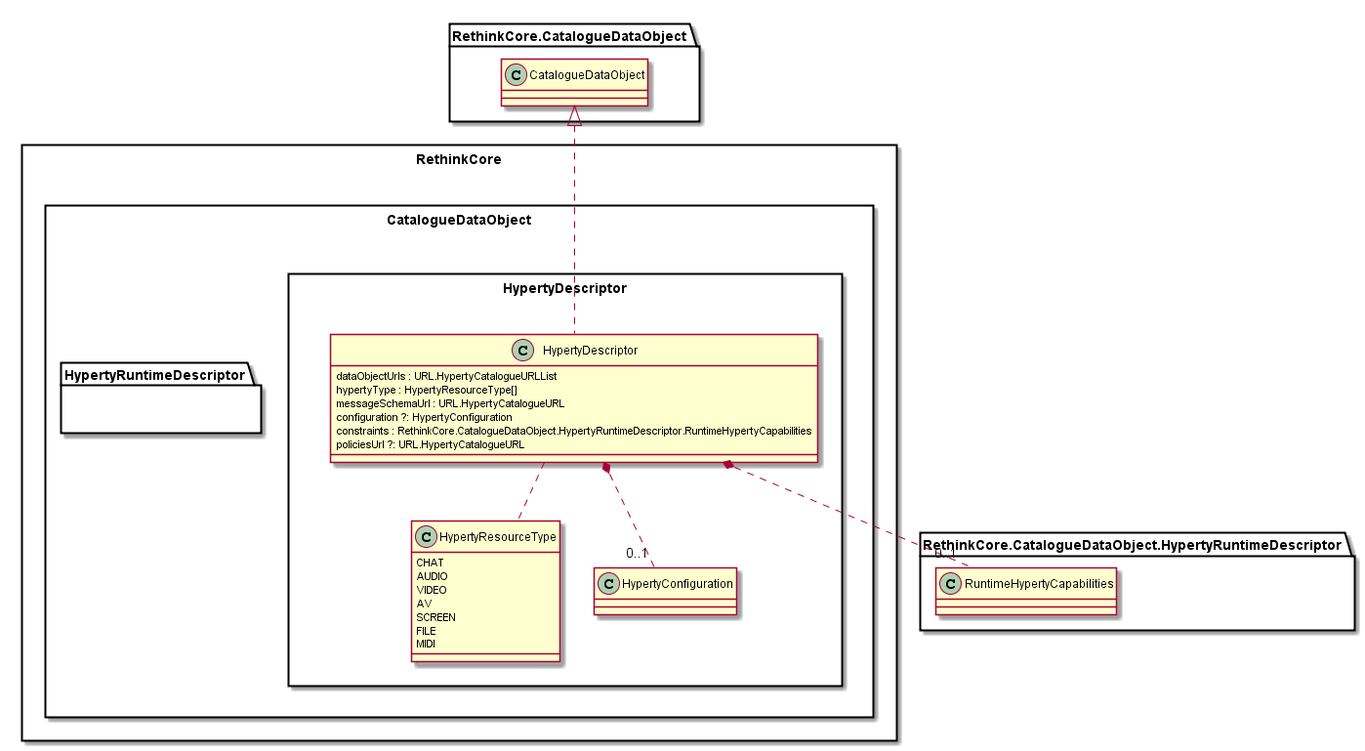
The PlantUML diagram docs/datamodel/core/hyperty-catalogue/Hyperty-Descriptor-Data-Object-Model.png in reTHINK-project/dev-service-framework, before a commit.
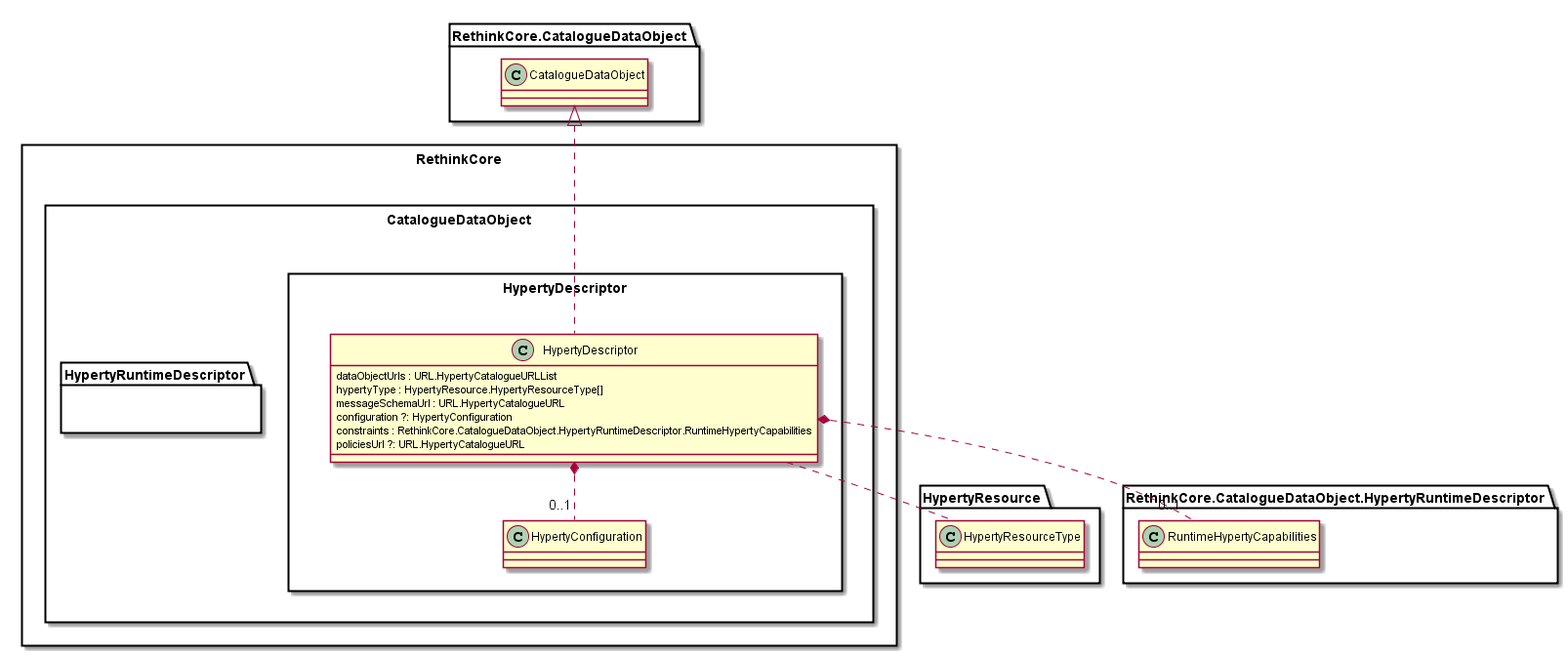
Later version of the same file.

The edit, as a diff of the source:
```diff
@@ -11,29 +11,20 @@
 
 			class HypertyDescriptor {
 				dataObjectUrls : URL.HypertyCatalogueURLList
-				hypertyType : HypertyResourceType[]
+				hypertyType : HypertyResource.HypertyResourceType[]
 				messageSchemaUrl : URL.HypertyCatalogueURL
 				configuration ?: HypertyConfiguration
 				constraints : RethinkCore.CatalogueDataObject.HypertyRuntimeDescriptor.RuntimeHypertyCapabilities
 				policiesUrl ?: URL.HypertyCatalogueURL
 			}
 
-			class HypertyResourceType {
-				CHAT
-				AUDIO
-				VIDEO
-				AV
-				SCREEN
-				FILE
-				MIDI
-			}
 
 			class HypertyConfiguration {
 			}
 
 			HypertyDescriptor .up.|> RethinkCore.CatalogueDataObject.CatalogueDataObject
 
-			HypertyDescriptor .. HypertyResourceType
+			HypertyDescriptor .. HypertyResource.HypertyResourceType
 			HypertyDescriptor *.. "0..1" RethinkCore.CatalogueDataObject.HypertyRuntimeDescriptor.RuntimeHypertyCapabilities
 			HypertyDescriptor *.. "0..1" HypertyConfiguration
 
```
